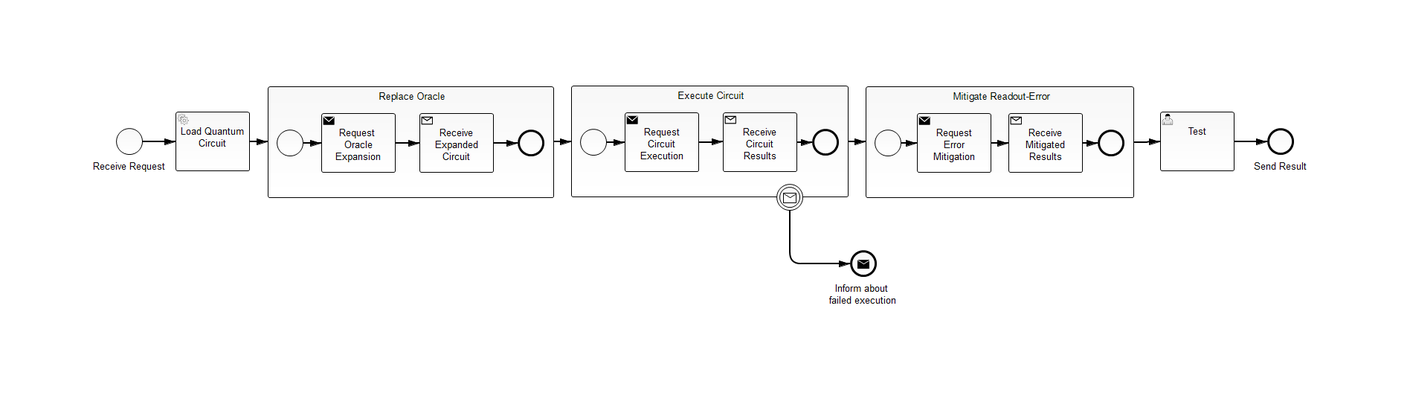
This is process-model/src/main/resources/simons-algorithm.png from UST-QuAntiL/QuantME-UseCases, a BPMN export, as it was before one commit. Its source is kept beside it as process-model/src/main/resources/simons-algorithm.bpmn. Ids are renumbered.
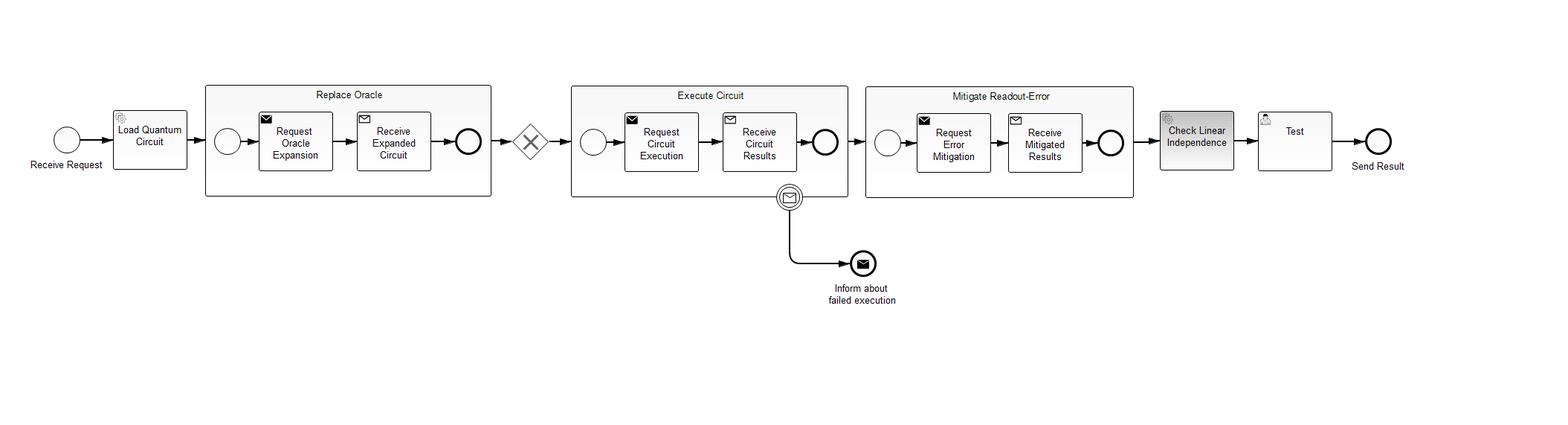
The same file after the commit.

The edit, as a diff of the source:
```diff
@@ -16,7 +16,7 @@
           <camunda:outputParameter name="SubProcess_2_ExecutionResult">${executionResult}</camunda:outputParameter>
         </camunda:inputOutput>
       </bpmn2:extensionElements>
-      <bpmn2:incoming>SequenceFlow_4</bpmn2:incoming>
+      <bpmn2:incoming>SequenceFlow_18</bpmn2:incoming>
       <bpmn2:outgoing>SequenceFlow_8</bpmn2:outgoing>
       <bpmn2:startEvent id="StartEvent_3">
         <bpmn2:outgoing>SequenceFlow_9</bpmn2:outgoing>
@@ -37,41 +37,6 @@
       <bpmn2:sequenceFlow id="SequenceFlow_11" name="" sourceRef="ReceiveTask_2" targetRef="EndEvent_3"/>
     </bpmn2:subProcess>
     <bpmn2:sequenceFlow id="SequenceFlow_8" name="" sourceRef="SubProcess_2" targetRef="SubProcess_3"/>
-    <bpmn2:subProcess id="SubProcess_1" name="Replace Oracle">
-      <bpmn2:extensionElements>
-        <camunda:inputOutput>
-          <camunda:inputParameter name="OracleId">1</camunda:inputParameter>
-          <camunda:inputParameter name="CircuitId">${ServiceTask_1_CircuitId}</camunda:inputParameter>
-          <camunda:inputParameter name="QuantumCircuit">${ServiceTask_1_QuantumCircuit}</camunda:inputParameter>
-          <camunda:inputParameter name="ProgrammingLanguage">${ServiceTask_1_ProgrammingLanguage}</camunda:inputParameter>
-          <camunda:inputParameter name="ExecutionResult">${ServiceTask_1_ExecutionResult}</camunda:inputParameter>
-          <camunda:outputParameter name="SubProcess_1_CircuitId">${CircuitId}</camunda:outputParameter>
-          <camunda:outputParameter name="SubProcess_1_QuantumCircuit">${quantumCircuit}</camunda:outputParameter>
-          <camunda:outputParameter name="SubProcess_1_ProgrammingLanguage">${ProgrammingLanguage}</camunda:outputParameter>
-          <camunda:outputParameter name="SubProcess_1_ExecutionResult">${ExecutionResult}</camunda:outputParameter>
-        </camunda:inputOutput>
-      </bpmn2:extensionElements>
-      <bpmn2:incoming>SequenceFlow_3</bpmn2:incoming>
-      <bpmn2:outgoing>SequenceFlow_4</bpmn2:outgoing>
-      <bpmn2:startEvent id="StartEvent_2">
-        <bpmn2:outgoing>SequenceFlow_5</bpmn2:outgoing>
-      </bpmn2:startEvent>
-      <bpmn2:sendTask id="SendTask_1" camunda:class="org.quantil.quantme.simon.tasks.RequestOracleExpansionTask" name="Request &#xD;&#xA;Oracle&#xD;&#xA;Expansion">
-        <bpmn2:incoming>SequenceFlow_5</bpmn2:incoming>
-        <bpmn2:outgoing>SequenceFlow_6</bpmn2:outgoing>
-      </bpmn2:sendTask>
-      <bpmn2:sequenceFlow id="SequenceFlow_5" name="" sourceRef="StartEvent_2" targetRef="SendTask_1"/>
-      <bpmn2:sequenceFlow id="SequenceFlow_6" name="" sourceRef="SendTask_1" targetRef="ReceiveTask_1"/>
-      <bpmn2:endEvent id="EndEvent_2">
-        <bpmn2:incoming>SequenceFlow_7</bpmn2:incoming>
-      </bpmn2:endEvent>
-      <bpmn2:receiveTask id="ReceiveTask_1" name="Receive Expanded&#xD;&#xA;Circuit" messageRef="Message_n2">
-        <bpmn2:incoming>SequenceFlow_6</bpmn2:incoming>
-        <bpmn2:outgoing>SequenceFlow_7</bpmn2:outgoing>
-      </bpmn2:receiveTask>
-      <bpmn2:sequenceFlow id="SequenceFlow_7" name="" sourceRef="ReceiveTask_1" targetRef="EndEvent_2"/>
-    </bpmn2:subProcess>
-    <bpmn2:sequenceFlow id="SequenceFlow_4" name="" sourceRef="SubProcess_1" targetRef="SubProcess_2"/>
     <bpmn2:subProcess id="SubProcess_3" name="Mitigate Readout-Error">
       <bpmn2:extensionElements>
         <camunda:inputOutput>
@@ -108,15 +73,54 @@
       </bpmn2:endEvent>
       <bpmn2:sequenceFlow id="SequenceFlow_14" name="" sourceRef="ReceiveTask_3" targetRef="EndEvent_4"/>
     </bpmn2:subProcess>
-    <bpmn2:sequenceFlow id="SequenceFlow_15" name="" sourceRef="SubProcess_3" targetRef="UserTask_1"/>
-    <bpmn2:userTask id="UserTask_1" camunda:assignee="TestUser" name="Test">
-      <bpmn2:incoming>SequenceFlow_15</bpmn2:incoming>
-      <bpmn2:outgoing>SequenceFlow_2</bpmn2:outgoing>
-    </bpmn2:userTask>
-    <bpmn2:sequenceFlow id="SequenceFlow_2" name="" sourceRef="UserTask_1" targetRef="EndEvent_1"/>
-    <bpmn2:endEvent id="EndEvent_1" name="Send Result">
-      <bpmn2:incoming>SequenceFlow_2</bpmn2:incoming>
+    <bpmn2:sequenceFlow id="SequenceFlow_15" name="" sourceRef="SubProcess_3" targetRef="ServiceTask_2"/>
+    <bpmn2:boundaryEvent id="BoundaryEvent_1" name="" attachedToRef="SubProcess_2">
+      <bpmn2:outgoing>SequenceFlow_17</bpmn2:outgoing>
+      <bpmn2:messageEventDefinition id="_MessageEventDefinition_2" messageRef="Message_n4"/>
+    </bpmn2:boundaryEvent>
+    <bpmn2:sequenceFlow id="SequenceFlow_17" name="" sourceRef="BoundaryEvent_1" targetRef="EndEvent_5"/>
+    <bpmn2:endEvent id="EndEvent_5" name="Inform about &#xD;&#xA;failed execution">
+      <bpmn2:incoming>SequenceFlow_17</bpmn2:incoming>
+      <bpmn2:messageEventDefinition id="_MessageEventDefinition_3" camunda:class="org.quantil.quantme.simon.tasks.ReportFailedExecution"/>
     </bpmn2:endEvent>
+    <bpmn2:startEvent id="StartEvent_1" camunda:formKey="embedded:app:forms/request-simons-algorithm.html" name="Receive Request">
+      <bpmn2:outgoing>SequenceFlow_1</bpmn2:outgoing>
+    </bpmn2:startEvent>
+    <bpmn2:sequenceFlow id="SequenceFlow_1" name="" sourceRef="StartEvent_1" targetRef="ServiceTask_1"/>
+    <bpmn2:subProcess id="SubProcess_1" name="Replace Oracle">
+      <bpmn2:extensionElements>
+        <camunda:inputOutput>
+          <camunda:inputParameter name="OracleId">1</camunda:inputParameter>
+          <camunda:inputParameter name="CircuitId">${ServiceTask_1_CircuitId}</camunda:inputParameter>
+          <camunda:inputParameter name="QuantumCircuit">${ServiceTask_1_QuantumCircuit}</camunda:inputParameter>
+          <camunda:inputParameter name="ProgrammingLanguage">${ServiceTask_1_ProgrammingLanguage}</camunda:inputParameter>
+          <camunda:inputParameter name="ExecutionResult">${ServiceTask_1_ExecutionResult}</camunda:inputParameter>
+          <camunda:outputParameter name="SubProcess_1_CircuitId">${CircuitId}</camunda:outputParameter>
+          <camunda:outputParameter name="SubProcess_1_QuantumCircuit">${quantumCircuit}</camunda:outputParameter>
+          <camunda:outputParameter name="SubProcess_1_ProgrammingLanguage">${ProgrammingLanguage}</camunda:outputParameter>
+          <camunda:outputParameter name="SubProcess_1_ExecutionResult">${ExecutionResult}</camunda:outputParameter>
+        </camunda:inputOutput>
+      </bpmn2:extensionElements>
+      <bpmn2:incoming>SequenceFlow_3</bpmn2:incoming>
+      <bpmn2:outgoing>SequenceFlow_19</bpmn2:outgoing>
+      <bpmn2:startEvent id="StartEvent_2">
+        <bpmn2:outgoing>SequenceFlow_5</bpmn2:outgoing>
+      </bpmn2:startEvent>
+      <bpmn2:sendTask id="SendTask_1" camunda:class="org.quantil.quantme.simon.tasks.RequestOracleExpansionTask" name="Request &#xD;&#xA;Oracle&#xD;&#xA;Expansion">
+        <bpmn2:incoming>SequenceFlow_5</bpmn2:incoming>
+        <bpmn2:outgoing>SequenceFlow_6</bpmn2:outgoing>
+      </bpmn2:sendTask>
+      <bpmn2:sequenceFlow id="SequenceFlow_5" name="" sourceRef="StartEvent_2" targetRef="SendTask_1"/>
+      <bpmn2:sequenceFlow id="SequenceFlow_6" name="" sourceRef="SendTask_1" targetRef="ReceiveTask_1"/>
+      <bpmn2:endEvent id="EndEvent_2">
+        <bpmn2:incoming>SequenceFlow_7</bpmn2:incoming>
+      </bpmn2:endEvent>
+      <bpmn2:receiveTask id="ReceiveTask_1" name="Receive Expanded&#xD;&#xA;Circuit" messageRef="Message_n2">
+        <bpmn2:incoming>SequenceFlow_6</bpmn2:incoming>
+        <bpmn2:outgoing>SequenceFlow_7</bpmn2:outgoing>
+      </bpmn2:receiveTask>
+      <bpmn2:sequenceFlow id="SequenceFlow_7" name="" sourceRef="ReceiveTask_1" targetRef="EndEvent_2"/>
+    </bpmn2:subProcess>
     <bpmn2:serviceTask id="ServiceTask_1" camunda:class="org.quantil.quantme.simon.tasks.LoadQuantumCircuitDelegate" name="Load Quantum&#xD;&#xA;Circuit">
       <bpmn2:extensionElements>
         <camunda:inputOutput>
@@ -131,18 +135,29 @@
       <bpmn2:outgoing>SequenceFlow_3</bpmn2:outgoing>
     </bpmn2:serviceTask>
     <bpmn2:sequenceFlow id="SequenceFlow_3" name="" sourceRef="ServiceTask_1" targetRef="SubProcess_1"/>
-    <bpmn2:startEvent id="StartEvent_1" camunda:formKey="embedded:app:forms/request-simons-algorithm.html" name="Receive Request">
-      <bpmn2:outgoing>SequenceFlow_1</bpmn2:outgoing>
-    </bpmn2:startEvent>
-    <bpmn2:sequenceFlow id="SequenceFlow_1" name="" sourceRef="StartEvent_1" targetRef="ServiceTask_1"/>
-    <bpmn2:boundaryEvent id="BoundaryEvent_1" name="" attachedToRef="SubProcess_2">
-      <bpmn2:outgoing>SequenceFlow_17</bpmn2:outgoing>
-      <bpmn2:messageEventDefinition id="_MessageEventDefinition_2" messageRef="Message_n4"/>
-    </bpmn2:boundaryEvent>
-    <bpmn2:sequenceFlow id="SequenceFlow_17" name="" sourceRef="BoundaryEvent_1" targetRef="EndEvent_5"/>
-    <bpmn2:endEvent id="EndEvent_5" name="Inform about &#xD;&#xA;failed execution">
-      <bpmn2:incoming>SequenceFlow_17</bpmn2:incoming>
-      <bpmn2:messageEventDefinition id="_MessageEventDefinition_3" camunda:class="org.quantil.quantme.simon.tasks.ReportFailedExecution"/>
+    <bpmn2:sequenceFlow id="SequenceFlow_19" name="" sourceRef="SubProcess_1" targetRef="ExclusiveGateway_1"/>
+    <bpmn2:exclusiveGateway id="ExclusiveGateway_1">
+      <bpmn2:incoming>SequenceFlow_19</bpmn2:incoming>
+      <bpmn2:outgoing>SequenceFlow_18</bpmn2:outgoing>
+    </bpmn2:exclusiveGateway>
+    <bpmn2:sequenceFlow id="SequenceFlow_18" name="" sourceRef="ExclusiveGateway_1" targetRef="SubProcess_2"/>
+    <bpmn2:serviceTask id="ServiceTask_2" camunda:class="org.quantil.quantme.simon.tasks.CheckLinearIndependenceTask" name="Check Linear&#xD;&#xA;Independence">
+      <bpmn2:extensionElements>
+        <camunda:inputOutput>
+          <camunda:inputParameter name="ExecutionResult">${SubProcess_2_ExecutionResult}</camunda:inputParameter>
+        </camunda:inputOutput>
+      </bpmn2:extensionElements>
+      <bpmn2:incoming>SequenceFlow_15</bpmn2:incoming>
+      <bpmn2:outgoing>SequenceFlow_20</bpmn2:outgoing>
+    </bpmn2:serviceTask>
+    <bpmn2:sequenceFlow id="SequenceFlow_20" name="" sourceRef="ServiceTask_2" targetRef="UserTask_1"/>
+    <bpmn2:userTask id="UserTask_1" camunda:assignee="TestUser" name="Test">
+      <bpmn2:incoming>SequenceFlow_20</bpmn2:incoming>
+      <bpmn2:outgoing>SequenceFlow_2</bpmn2:outgoing>
+    </bpmn2:userTask>
+    <bpmn2:sequenceFlow id="SequenceFlow_2" name="" sourceRef="UserTask_1" targetRef="EndEvent_1"/>
+    <bpmn2:endEvent id="EndEvent_1" name="Send Result">
+      <bpmn2:incoming>SequenceFlow_2</bpmn2:incoming>
     </bpmn2:endEvent>
   </bpmn2:process>
   <bpmn2:message id="Message_n2" name="requestOracleExpansionTask_${execution.processInstanceId}"/>
@@ -152,91 +167,84 @@
   <bpmndi:BPMNDiagram id="BPMNDiagram_1">
     <bpmndi:BPMNPlane id="BPMNPlane_1" bpmnElement="simons-algorithm">
       <bpmndi:BPMNShape id="_BPMNShape_StartEvent_2" bpmnElement="StartEvent_1">
-        <dc:Bounds height="36.0" width="36.0" x="156.0" y="172.0"/>
+        <dc:Bounds height="36.0" width="36.0" x="72.0" y="170.0"/>
         <bpmndi:BPMNLabel>
-          <dc:Bounds height="22.0" width="103.0" x="123.0" y="213.0"/>
+          <dc:Bounds height="22.0" width="103.0" x="39.0" y="211.0"/>
         </bpmndi:BPMNLabel>
       </bpmndi:BPMNShape>
       <bpmndi:BPMNShape id="_BPMNShape_UserTask_2" bpmnElement="UserTask_1">
-        <dc:Bounds height="80.0" width="100.0" x="1560.0" y="150.0"/>
+        <dc:Bounds height="80.0" width="100.0" x="1692.0" y="150.0"/>
       </bpmndi:BPMNShape>
       <bpmndi:BPMNShape id="_BPMNShape_EndEvent_2" bpmnElement="EndEvent_1">
-        <dc:Bounds height="36.0" width="36.0" x="1704.0" y="172.0"/>
+        <dc:Bounds height="36.0" width="36.0" x="1836.0" y="172.0"/>
         <bpmndi:BPMNLabel>
-          <dc:Bounds height="22.0" width="77.0" x="1684.0" y="213.0"/>
+          <dc:Bounds height="22.0" width="77.0" x="1816.0" y="213.0"/>
         </bpmndi:BPMNLabel>
       </bpmndi:BPMNShape>
       <bpmndi:BPMNEdge id="BPMNEdge_SequenceFlow_1" bpmnElement="SequenceFlow_1" sourceElement="_BPMNShape_StartEvent_2" targetElement="_BPMNShape_ServiceTask_2">
-        <di:waypoint xsi:type="dc:Point" x="192.0" y="190.0"/>
-        <di:waypoint xsi:type="dc:Point" x="236.0" y="190.0"/>
+        <di:waypoint xsi:type="dc:Point" x="108.0" y="188.0"/>
+        <di:waypoint xsi:type="dc:Point" x="152.0" y="188.0"/>
         <bpmndi:BPMNLabel>
-          <dc:Bounds height="6.0" width="6.0" x="212.0" y="190.0"/>
+          <dc:Bounds height="6.0" width="6.0" x="44.0" y="186.0"/>
         </bpmndi:BPMNLabel>
       </bpmndi:BPMNEdge>
       <bpmndi:BPMNEdge id="BPMNEdge_SequenceFlow_2" bpmnElement="SequenceFlow_2" sourceElement="_BPMNShape_UserTask_2" targetElement="_BPMNShape_EndEvent_2">
-        <di:waypoint xsi:type="dc:Point" x="1660.0" y="190.0"/>
-        <di:waypoint xsi:type="dc:Point" x="1704.0" y="190.0"/>
+        <di:waypoint xsi:type="dc:Point" x="1792.0" y="190.0"/>
+        <di:waypoint xsi:type="dc:Point" x="1836.0" y="190.0"/>
         <bpmndi:BPMNLabel>
-          <dc:Bounds height="6.0" width="6.0" x="1679.0" y="190.0"/>
+          <dc:Bounds height="6.0" width="6.0" x="1811.0" y="190.0"/>
         </bpmndi:BPMNLabel>
       </bpmndi:BPMNEdge>
       <bpmndi:BPMNShape id="_BPMNShape_ServiceTask_2" bpmnElement="ServiceTask_1">
-        <dc:Bounds height="80.0" width="100.0" x="236.0" y="150.0"/>
+        <dc:Bounds height="80.0" width="100.0" x="152.0" y="148.0"/>
       </bpmndi:BPMNShape>
       <bpmndi:BPMNEdge id="BPMNEdge_SequenceFlow_3" bpmnElement="SequenceFlow_3" sourceElement="_BPMNShape_ServiceTask_2" targetElement="_BPMNShape_SubProcess_2">
-        <di:waypoint xsi:type="dc:Point" x="336.0" y="190.0"/>
-        <di:waypoint xsi:type="dc:Point" x="360.0" y="190.0"/>
+        <di:waypoint xsi:type="dc:Point" x="252.0" y="188.0"/>
+        <di:waypoint xsi:type="dc:Point" x="276.0" y="188.0"/>
         <bpmndi:BPMNLabel>
-          <dc:Bounds height="6.0" width="6.0" x="343.0" y="189.0"/>
+          <dc:Bounds height="6.0" width="6.0" x="175.0" y="185.0"/>
         </bpmndi:BPMNLabel>
       </bpmndi:BPMNEdge>
       <bpmndi:BPMNShape id="_BPMNShape_SubProcess_2" bpmnElement="SubProcess_1" isExpanded="true">
-        <dc:Bounds height="150.0" width="385.0" x="360.0" y="116.0"/>
+        <dc:Bounds height="150.0" width="385.0" x="276.0" y="114.0"/>
       </bpmndi:BPMNShape>
-      <bpmndi:BPMNEdge id="BPMNEdge_SequenceFlow_4" bpmnElement="SequenceFlow_4" sourceElement="_BPMNShape_SubProcess_2" targetElement="_BPMNShape_SubProcess_3">
-        <di:waypoint xsi:type="dc:Point" x="744.0" y="191.0"/>
-        <di:waypoint xsi:type="dc:Point" x="768.0" y="190.0"/>
+      <bpmndi:BPMNShape id="_BPMNShape_StartEvent_3" bpmnElement="StartEvent_2">
+        <dc:Bounds height="36.0" width="36.0" x="288.0" y="172.0"/>
         <bpmndi:BPMNLabel>
-          <dc:Bounds height="6.0" width="6.0" x="717.0" y="190.0"/>
-        </bpmndi:BPMNLabel>
-      </bpmndi:BPMNEdge>
-      <bpmndi:BPMNShape id="_BPMNShape_StartEvent_3" bpmnElement="StartEvent_2">
-        <dc:Bounds height="36.0" width="36.0" x="372.0" y="174.0"/>
-        <bpmndi:BPMNLabel>
-          <dc:Bounds height="0.0" width="0.0" x="390.0" y="215.0"/>
+          <dc:Bounds height="0.0" width="0.0" x="306.0" y="213.0"/>
         </bpmndi:BPMNLabel>
       </bpmndi:BPMNShape>
       <bpmndi:BPMNShape id="_BPMNShape_SendTask_2" bpmnElement="SendTask_1">
-        <dc:Bounds height="80.0" width="100.0" x="432.0" y="152.0"/>
+        <dc:Bounds height="80.0" width="100.0" x="348.0" y="150.0"/>
       </bpmndi:BPMNShape>
       <bpmndi:BPMNEdge id="BPMNEdge_SequenceFlow_5" bpmnElement="SequenceFlow_5" sourceElement="_BPMNShape_StartEvent_3" targetElement="_BPMNShape_SendTask_2">
-        <di:waypoint xsi:type="dc:Point" x="408.0" y="192.0"/>
-        <di:waypoint xsi:type="dc:Point" x="432.0" y="192.0"/>
+        <di:waypoint xsi:type="dc:Point" x="324.0" y="190.0"/>
+        <di:waypoint xsi:type="dc:Point" x="348.0" y="190.0"/>
         <bpmndi:BPMNLabel>
-          <dc:Bounds height="6.0" width="6.0" x="417.0" y="192.0"/>
+          <dc:Bounds height="6.0" width="6.0" x="249.0" y="188.0"/>
         </bpmndi:BPMNLabel>
       </bpmndi:BPMNEdge>
       <bpmndi:BPMNShape id="_BPMNShape_EndEvent_3" bpmnElement="EndEvent_2">
-        <dc:Bounds height="36.0" width="36.0" x="696.0" y="174.0"/>
+        <dc:Bounds height="36.0" width="36.0" x="612.0" y="172.0"/>
         <bpmndi:BPMNLabel>
-          <dc:Bounds height="0.0" width="0.0" x="714.0" y="215.0"/>
+          <dc:Bounds height="0.0" width="0.0" x="630.0" y="213.0"/>
         </bpmndi:BPMNLabel>
       </bpmndi:BPMNShape>
       <bpmndi:BPMNEdge id="BPMNEdge_SequenceFlow_6" bpmnElement="SequenceFlow_6" sourceElement="_BPMNShape_SendTask_2" targetElement="_BPMNShape_ReceiveTask_2">
-        <di:waypoint xsi:type="dc:Point" x="532.0" y="192.0"/>
-        <di:waypoint xsi:type="dc:Point" x="564.0" y="192.0"/>
+        <di:waypoint xsi:type="dc:Point" x="448.0" y="190.0"/>
+        <di:waypoint xsi:type="dc:Point" x="480.0" y="190.0"/>
         <bpmndi:BPMNLabel>
-          <dc:Bounds height="6.0" width="6.0" x="518.0" y="191.0"/>
+          <dc:Bounds height="6.0" width="6.0" x="350.0" y="187.0"/>
         </bpmndi:BPMNLabel>
       </bpmndi:BPMNEdge>
       <bpmndi:BPMNShape id="_BPMNShape_ReceiveTask_2" bpmnElement="ReceiveTask_1">
-        <dc:Bounds height="80.0" width="100.0" x="564.0" y="152.0"/>
+        <dc:Bounds height="80.0" width="100.0" x="480.0" y="150.0"/>
       </bpmndi:BPMNShape>
       <bpmndi:BPMNEdge id="BPMNEdge_SequenceFlow_7" bpmnElement="SequenceFlow_7" sourceElement="_BPMNShape_ReceiveTask_2" targetElement="_BPMNShape_EndEvent_3">
-        <di:waypoint xsi:type="dc:Point" x="664.0" y="192.0"/>
-        <di:waypoint xsi:type="dc:Point" x="696.0" y="192.0"/>
+        <di:waypoint xsi:type="dc:Point" x="580.0" y="190.0"/>
+        <di:waypoint xsi:type="dc:Point" x="612.0" y="190.0"/>
         <bpmndi:BPMNLabel>
-          <dc:Bounds height="6.0" width="6.0" x="680.0" y="192.0"/>
+          <dc:Bounds height="6.0" width="6.0" x="596.0" y="190.0"/>
         </bpmndi:BPMNLabel>
       </bpmndi:BPMNEdge>
       <bpmndi:BPMNShape id="_BPMNShape_SubProcess_3" bpmnElement="SubProcess_2" isExpanded="true">
@@ -329,13 +337,13 @@
         <di:waypoint xsi:type="dc:Point" x="1456.0" y="192.0"/>
         <di:waypoint xsi:type="dc:Point" x="1476.0" y="192.0"/>
       </bpmndi:BPMNEdge>
-      <bpmndi:BPMNEdge id="BPMNEdge_SequenceFlow_15" bpmnElement="SequenceFlow_15" sourceElement="_BPMNShape_SubProcess_4" targetElement="_BPMNShape_UserTask_2">
+      <bpmndi:BPMNEdge id="BPMNEdge_SequenceFlow_15" bpmnElement="SequenceFlow_15" sourceElement="_BPMNShape_SubProcess_4" targetElement="_BPMNShape_ServiceTask_3">
         <di:waypoint xsi:type="dc:Point" x="1524.0" y="191.0"/>
-        <di:waypoint xsi:type="dc:Point" x="1542.0" y="191.0"/>
-        <di:waypoint xsi:type="dc:Point" x="1542.0" y="190.0"/>
-        <di:waypoint xsi:type="dc:Point" x="1560.0" y="190.0"/>
+        <di:waypoint xsi:type="dc:Point" x="1547.0" y="191.0"/>
+        <di:waypoint xsi:type="dc:Point" x="1547.0" y="189.0"/>
+        <di:waypoint xsi:type="dc:Point" x="1560.0" y="189.0"/>
         <bpmndi:BPMNLabel>
-          <dc:Bounds height="6.0" width="6.0" x="1541.0" y="190.0"/>
+          <dc:Bounds height="6.0" width="6.0" x="1540.0" y="191.0"/>
         </bpmndi:BPMNLabel>
       </bpmndi:BPMNEdge>
       <bpmndi:BPMNShape id="_BPMNShape_BoundaryEvent_2" bpmnElement="BoundaryEvent_1">
@@ -358,6 +366,38 @@
           <dc:Bounds height="6.0" width="6.0" x="1063.0" y="354.0"/>
         </bpmndi:BPMNLabel>
       </bpmndi:BPMNEdge>
+      <bpmndi:BPMNShape id="_BPMNShape_ExclusiveGateway_2" bpmnElement="ExclusiveGateway_1" isMarkerVisible="true">
+        <dc:Bounds height="50.0" width="50.0" x="688.0" y="165.0"/>
+        <bpmndi:BPMNLabel>
+          <dc:Bounds height="0.0" width="0.0" x="713.0" y="220.0"/>
+        </bpmndi:BPMNLabel>
+      </bpmndi:BPMNShape>
+      <bpmndi:BPMNEdge id="BPMNEdge_SequenceFlow_18" bpmnElement="SequenceFlow_18" sourceElement="_BPMNShape_ExclusiveGateway_2" targetElement="_BPMNShape_SubProcess_3">
+        <di:waypoint xsi:type="dc:Point" x="738.0" y="190.0"/>
+        <di:waypoint xsi:type="dc:Point" x="768.0" y="190.0"/>
+        <bpmndi:BPMNLabel>
+          <dc:Bounds height="6.0" width="6.0" x="750.0" y="190.0"/>
+        </bpmndi:BPMNLabel>
+      </bpmndi:BPMNEdge>
+      <bpmndi:BPMNEdge id="BPMNEdge_SequenceFlow_19" bpmnElement="SequenceFlow_19" sourceElement="_BPMNShape_SubProcess_2" targetElement="_BPMNShape_ExclusiveGateway_2">
+        <di:waypoint xsi:type="dc:Point" x="660.0" y="189.0"/>
+        <di:waypoint xsi:type="dc:Point" x="674.0" y="189.0"/>
+        <di:waypoint xsi:type="dc:Point" x="674.0" y="190.0"/>
+        <di:waypoint xsi:type="dc:Point" x="688.0" y="190.0"/>
+        <bpmndi:BPMNLabel>
+          <dc:Bounds height="6.0" width="6.0" x="671.0" y="190.0"/>
+        </bpmndi:BPMNLabel>
+      </bpmndi:BPMNEdge>
+      <bpmndi:BPMNShape id="_BPMNShape_ServiceTask_3" bpmnElement="ServiceTask_2">
+        <dc:Bounds height="80.0" width="100.0" x="1560.0" y="149.0"/>
+      </bpmndi:BPMNShape>
+      <bpmndi:BPMNEdge id="BPMNEdge_SequenceFlow_20" bpmnElement="SequenceFlow_20" sourceElement="_BPMNShape_ServiceTask_3" targetElement="_BPMNShape_UserTask_2">
+        <di:waypoint xsi:type="dc:Point" x="1660.0" y="189.0"/>
+        <di:waypoint xsi:type="dc:Point" x="1692.0" y="190.0"/>
+        <bpmndi:BPMNLabel>
+          <dc:Bounds height="6.0" width="6.0" x="1673.0" y="190.0"/>
+        </bpmndi:BPMNLabel>
+      </bpmndi:BPMNEdge>
     </bpmndi:BPMNPlane>
   </bpmndi:BPMNDiagram>
 </bpmn2:definitions>
```
